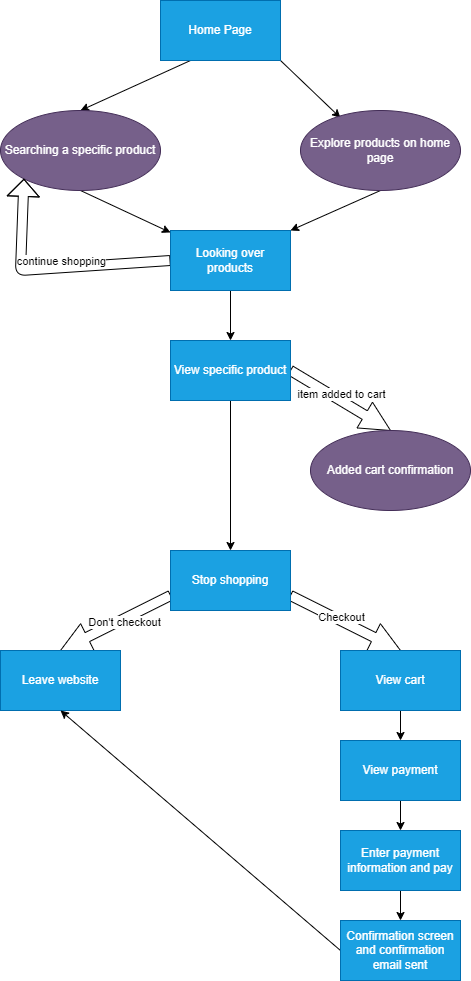
Above: explore/diagramming/diagram.drawio.png in jtanurdjaja/sp23-cse110-lab4 (draw.io), before the change. Source tidied: cells renumbered, new cells last; positions are measured from the earlier drawing's top-left corner, leaving out a move shared by most shapes.
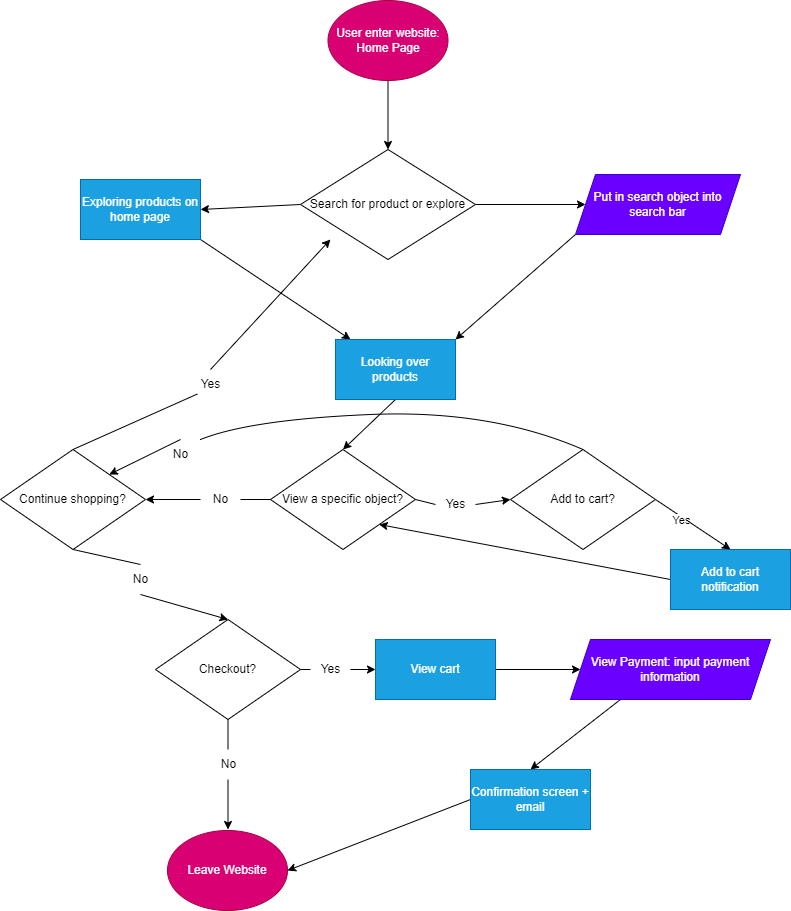
After the commit.

Commit message:
Improved diagram

Change to the diagram source:
```diff
@@ -2,101 +2,155 @@
   <root>
     <mxCell id="0" />
     <mxCell id="1" parent="0" />
-    <mxCell id="2" style="edgeStyle=none;html=1;exitX=0.25;exitY=1;exitDx=0;exitDy=0;entryX=0.5;entryY=0;entryDx=0;entryDy=0;" parent="1" edge="1" source="4" target="6">
-      <mxGeometry relative="1" as="geometry" />
-    </mxCell>
-    <mxCell id="3" style="edgeStyle=none;html=1;exitX=1;exitY=1;exitDx=0;exitDy=0;entryX=0.25;entryY=0.092;entryDx=0;entryDy=0;entryPerimeter=0;" parent="1" edge="1" source="4" target="31">
-      <mxGeometry relative="1" as="geometry" />
-    </mxCell>
-    <mxCell id="4" value="Home Page" style="whiteSpace=wrap;html=1;fillColor=#1ba1e2;fontColor=#ffffff;strokeColor=#006EAF;" parent="1" vertex="1">
-      <mxGeometry x="160" width="120" height="60" as="geometry" />
-    </mxCell>
+    <mxCell id="32" style="edgeStyle=none;html=1;exitX=0.5;exitY=1;exitDx=0;exitDy=0;entryX=0.5;entryY=0;entryDx=0;entryDy=0;" parent="1" edge="1" source="73" target="35">
+      <mxGeometry relative="1" as="geometry" />
+    </mxCell>
-    <mxCell id="5" style="edgeStyle=none;html=1;exitX=0.5;exitY=1;exitDx=0;exitDy=0;" parent="1" edge="1" source="6" target="10">
+    <mxCell id="5" style="edgeStyle=none;html=1;exitX=1;exitY=1;exitDx=0;exitDy=0;" parent="1" edge="1" source="37" target="10">
       <mxGeometry relative="1" as="geometry" />
     </mxCell>
-    <mxCell id="6" value="Searching a specific product" style="ellipse;whiteSpace=wrap;html=1;fillColor=#76608a;fontColor=#ffffff;strokeColor=#432D57;" parent="1" vertex="1">
-      <mxGeometry y="110" width="160" height="80" as="geometry" />
-    </mxCell>
-    <mxCell id="7" style="edgeStyle=none;html=1;exitX=0.5;exitY=1;exitDx=0;exitDy=0;entryX=0.5;entryY=0;entryDx=0;entryDy=0;" parent="1" edge="1" source="10" target="14">
+    <mxCell id="7" style="edgeStyle=none;html=1;exitX=0.5;exitY=1;exitDx=0;exitDy=0;entryX=0.5;entryY=0;entryDx=0;entryDy=0;" parent="1" edge="1" source="10" target="40">
       <mxGeometry relative="1" as="geometry" />
     </mxCell>
-    <mxCell id="8" style="edgeStyle=none;shape=flexArrow;html=1;exitX=0;exitY=0.5;exitDx=0;exitDy=0;entryX=0;entryY=1;entryDx=0;entryDy=0;endWidth=21;endSize=5.37;" parent="1" edge="1" source="10" target="6">
-      <mxGeometry relative="1" as="geometry">
-        <Array as="points">
-          <mxPoint x="20" y="270" />
-        </Array>
-      </mxGeometry>
-    </mxCell>
-    <mxCell id="9" value="continue shopping" style="edgeLabel;html=1;align=center;verticalAlign=middle;" parent="8" vertex="1">
-      <mxGeometry x="0.05" y="1" relative="1" as="geometry">
-        <mxPoint x="17" y="-9" as="offset" />
-      </mxGeometry>
-    </mxCell>
     <mxCell id="10" value="Looking over products" style="whiteSpace=wrap;html=1;fillColor=#1ba1e2;fontColor=#ffffff;strokeColor=#006EAF;" parent="1" vertex="1">
-      <mxGeometry x="170" y="230" width="120" height="60" as="geometry" />
+      <mxGeometry x="308" y="399" width="120" height="60" as="geometry" />
     </mxCell>
-    <mxCell id="11" style="edgeStyle=none;shape=arrow;html=1;exitX=1;exitY=0.5;exitDx=0;exitDy=0;entryX=0.5;entryY=0;entryDx=0;entryDy=0;" parent="1" edge="1" source="14" target="15">
-      <mxGeometry relative="1" as="geometry" />
-    </mxCell>
-    <mxCell id="12" value="item added to cart" style="edgeLabel;html=1;align=center;verticalAlign=middle;" parent="11" vertex="1">
-      <mxGeometry x="-0.06" y="6" relative="1" as="geometry" />
-    </mxCell>
-    <mxCell id="13" style="edgeStyle=none;html=1;exitX=0.5;exitY=1;exitDx=0;exitDy=0;entryX=0.5;entryY=0;entryDx=0;entryDy=0;" parent="1" edge="1" source="14" target="20">
-      <mxGeometry relative="1" as="geometry" />
-    </mxCell>
-    <mxCell id="14" value="View specific product" style="whiteSpace=wrap;html=1;fillColor=#1ba1e2;fontColor=#ffffff;strokeColor=#006EAF;" parent="1" vertex="1">
-      <mxGeometry x="170" y="340" width="120" height="60" as="geometry" />
-    </mxCell>
-    <mxCell id="15" value="Added cart confirmation" style="ellipse;whiteSpace=wrap;html=1;fillColor=#76608a;fontColor=#ffffff;strokeColor=#432D57;" parent="1" vertex="1">
-      <mxGeometry x="310" y="430" width="160" height="80" as="geometry" />
-    </mxCell>
-    <mxCell id="16" style="edgeStyle=none;html=1;exitX=0;exitY=0.75;exitDx=0;exitDy=0;entryX=0.5;entryY=0;entryDx=0;entryDy=0;shape=arrow;" parent="1" edge="1" source="20" target="21">
-      <mxGeometry relative="1" as="geometry" />
-    </mxCell>
-    <mxCell id="17" value="Don't checkout" style="edgeLabel;html=1;align=center;verticalAlign=middle;" parent="16" vertex="1">
-      <mxGeometry x="-0.12" y="3" relative="1" as="geometry" />
-    </mxCell>
-    <mxCell id="18" style="edgeStyle=none;shape=arrow;html=1;exitX=1;exitY=0.75;exitDx=0;exitDy=0;entryX=0.5;entryY=0;entryDx=0;entryDy=0;" parent="1" edge="1" source="20" target="23">
-      <mxGeometry relative="1" as="geometry" />
-    </mxCell>
-    <mxCell id="19" value="Checkout" style="edgeLabel;html=1;align=center;verticalAlign=middle;" parent="18" vertex="1">
-      <mxGeometry x="-0.1" y="3" relative="1" as="geometry" />
-    </mxCell>
-    <mxCell id="20" value="Stop shopping" style="whiteSpace=wrap;html=1;fillColor=#1ba1e2;fontColor=#ffffff;strokeColor=#006EAF;" parent="1" vertex="1">
-      <mxGeometry x="170" y="550" width="120" height="60" as="geometry" />
-    </mxCell>
-    <mxCell id="21" value="Leave website" style="whiteSpace=wrap;html=1;fillColor=#1ba1e2;fontColor=#ffffff;strokeColor=#006EAF;" parent="1" vertex="1">
-      <mxGeometry y="650" width="120" height="60" as="geometry" />
-    </mxCell>
-    <mxCell id="22" style="edgeStyle=none;html=1;exitX=0.5;exitY=1;exitDx=0;exitDy=0;entryX=0.5;entryY=0;entryDx=0;entryDy=0;" parent="1" edge="1" source="23" target="25">
-      <mxGeometry relative="1" as="geometry" />
-    </mxCell>
+    <mxCell id="30" style="edgeStyle=none;html=1;exitX=0;exitY=1;exitDx=0;exitDy=0;entryX=1;entryY=0;entryDx=0;entryDy=0;" parent="1" edge="1" source="36" target="10">
+      <mxGeometry relative="1" as="geometry" />
+    </mxCell>
+    <mxCell id="33" style="edgeStyle=none;html=1;exitX=1;exitY=0.5;exitDx=0;exitDy=0;entryX=0;entryY=0.5;entryDx=0;entryDy=0;" parent="1" edge="1" source="35" target="36">
+      <mxGeometry relative="1" as="geometry" />
+    </mxCell>
+    <mxCell id="34" style="edgeStyle=none;html=1;exitX=0;exitY=0.5;exitDx=0;exitDy=0;entryX=1;entryY=0.5;entryDx=0;entryDy=0;" parent="1" edge="1" source="35" target="37">
+      <mxGeometry relative="1" as="geometry" />
+    </mxCell>
+    <mxCell id="35" value="Search for product or explore" style="rhombus;whiteSpace=wrap;html=1;" parent="1" vertex="1">
+      <mxGeometry x="273" y="209" width="175" height="110" as="geometry" />
+    </mxCell>
+    <mxCell id="36" value="Put in search object into search bar" style="shape=parallelogram;perimeter=parallelogramPerimeter;whiteSpace=wrap;html=1;fixedSize=1;fillColor=#6a00ff;fontColor=#ffffff;strokeColor=#3700CC;" parent="1" vertex="1">
+      <mxGeometry x="548" y="234" width="165" height="60" as="geometry" />
+    </mxCell>
+    <mxCell id="37" value="Exploring products on home page" style="whiteSpace=wrap;html=1;fillColor=#1ba1e2;fontColor=#ffffff;strokeColor=#006EAF;" parent="1" vertex="1">
+      <mxGeometry x="53" y="239" width="120" height="60" as="geometry" />
+    </mxCell>
+    <mxCell id="38" style="edgeStyle=none;html=1;exitX=0;exitY=0.5;exitDx=0;exitDy=0;entryX=1;entryY=0.5;entryDx=0;entryDy=0;startArrow=none;" parent="1" edge="1" source="49" target="45">
+      <mxGeometry relative="1" as="geometry" />
+    </mxCell>
+    <mxCell id="39" style="edgeStyle=none;html=1;exitX=1;exitY=0.5;exitDx=0;exitDy=0;entryX=0;entryY=0.5;entryDx=0;entryDy=0;startArrow=none;" parent="1" edge="1" source="54" target="52">
+      <mxGeometry relative="1" as="geometry" />
+    </mxCell>
+    <mxCell id="40" value="View a specific object?" style="rhombus;whiteSpace=wrap;html=1;" parent="1" vertex="1">
+      <mxGeometry x="243" y="509" width="145" height="100" as="geometry" />
+    </mxCell>
+    <mxCell id="41" style="edgeStyle=none;html=1;exitX=0;exitY=0.5;exitDx=0;exitDy=0;entryX=1;entryY=1;entryDx=0;entryDy=0;" parent="1" edge="1" source="42" target="40">
+      <mxGeometry relative="1" as="geometry" />
+    </mxCell>
+    <mxCell id="42" value="Add to cart notification" style="whiteSpace=wrap;html=1;fillColor=#1ba1e2;fontColor=#ffffff;strokeColor=#006EAF;" parent="1" vertex="1">
+      <mxGeometry x="643" y="609" width="120" height="60" as="geometry" />
+    </mxCell>
+    <mxCell id="43" style="edgeStyle=none;html=1;exitX=0.5;exitY=0;exitDx=0;exitDy=0;entryX=0.171;entryY=0.818;entryDx=0;entryDy=0;entryPerimeter=0;startArrow=none;" parent="1" edge="1" source="47" target="35">
+      <mxGeometry relative="1" as="geometry" />
+    </mxCell>
+    <mxCell id="44" style="edgeStyle=none;html=1;exitX=0.5;exitY=1;exitDx=0;exitDy=0;entryX=0.5;entryY=0;entryDx=0;entryDy=0;startArrow=none;" parent="1" edge="1" source="62" target="60">
+      <mxGeometry relative="1" as="geometry" />
+    </mxCell>
+    <mxCell id="45" value="Continue shopping?" style="rhombus;whiteSpace=wrap;html=1;" parent="1" vertex="1">
+      <mxGeometry x="-27" y="509" width="145" height="100" as="geometry" />
+    </mxCell>
+    <mxCell id="46" style="edgeStyle=none;html=1;exitX=0.5;exitY=0;exitDx=0;exitDy=0;entryX=0.171;entryY=0.818;entryDx=0;entryDy=0;entryPerimeter=0;endArrow=none;" parent="1" edge="1" source="45" target="47">
+      <mxGeometry relative="1" as="geometry" />
+    </mxCell>
+    <mxCell id="47" value="Yes" style="text;html=1;align=center;verticalAlign=middle;points=[];strokeColor=none;fillColor=none;" parent="1" vertex="1">
+      <mxGeometry x="163" y="429" width="40" height="30" as="geometry" />
+    </mxCell>
+    <mxCell id="48" style="edgeStyle=none;html=1;exitX=0;exitY=0.5;exitDx=0;exitDy=0;entryX=1;entryY=0.5;entryDx=0;entryDy=0;endArrow=none;" parent="1" edge="1" source="40" target="49">
+      <mxGeometry relative="1" as="geometry" />
+    </mxCell>
+    <mxCell id="49" value="No" style="text;html=1;align=center;verticalAlign=middle;points=[];strokeColor=none;fillColor=none;" parent="1" vertex="1">
+      <mxGeometry x="173" y="544" width="40" height="30" as="geometry" />
+    </mxCell>
+    <mxCell id="50" style="edgeStyle=none;html=1;exitX=1;exitY=0.5;exitDx=0;exitDy=0;entryX=0.5;entryY=0;entryDx=0;entryDy=0;" parent="1" edge="1" source="52" target="42">
+      <mxGeometry relative="1" as="geometry" />
+    </mxCell>
+    <mxCell id="51" value="Yes" style="edgeLabel;html=1;align=center;verticalAlign=middle;" parent="50" vertex="1">
+      <mxGeometry x="0.28" y="18" relative="1" as="geometry">
+        <mxPoint x="-33" y="3" as="offset" />
+      </mxGeometry>
+    </mxCell>
+    <mxCell id="52" value="Add to cart?" style="rhombus;whiteSpace=wrap;html=1;" parent="1" vertex="1">
+      <mxGeometry x="483" y="509" width="145" height="100" as="geometry" />
+    </mxCell>
+    <mxCell id="53" style="edgeStyle=none;html=1;exitX=1;exitY=0.5;exitDx=0;exitDy=0;entryX=0;entryY=0.5;entryDx=0;entryDy=0;endArrow=none;" parent="1" edge="1" source="40" target="54">
+      <mxGeometry relative="1" as="geometry" />
+    </mxCell>
+    <mxCell id="54" value="Yes" style="text;html=1;align=center;verticalAlign=middle;points=[];strokeColor=none;fillColor=none;" parent="1" vertex="1">
+      <mxGeometry x="408" y="549" width="40" height="30" as="geometry" />
+    </mxCell>
+    <mxCell id="55" style="curved=1;endArrow=classic;html=1;exitX=0.5;exitY=0;exitDx=0;exitDy=0;entryX=1;entryY=0;entryDx=0;entryDy=0;startArrow=none;" parent="1" edge="1" source="57" target="45">
+      <mxGeometry relative="1" as="geometry" />
+    </mxCell>
+    <mxCell id="56" style="curved=1;endArrow=none;html=1;exitX=0.5;exitY=0;exitDx=0;exitDy=0;entryX=1;entryY=0;entryDx=0;entryDy=0;" parent="1" edge="1" source="52" target="57">
+      <mxGeometry relative="1" as="geometry">
+        <Array as="points">
+          <mxPoint x="463" y="469" />
+          <mxPoint x="223" y="479" />
+        </Array>
+      </mxGeometry>
+    </mxCell>
+    <mxCell id="57" value="No" style="text;html=1;align=center;verticalAlign=middle;points=[];strokeColor=none;fillColor=none;" parent="1" vertex="1">
+      <mxGeometry x="133" y="499" width="40" height="30" as="geometry" />
+    </mxCell>
+    <mxCell id="58" style="edgeStyle=none;html=1;exitX=0.5;exitY=1;exitDx=0;exitDy=0;entryX=0.5;entryY=0;entryDx=0;entryDy=0;startArrow=none;" parent="1" edge="1" source="64">
+      <mxGeometry relative="1" as="geometry">
+        <mxPoint x="200.5" y="889" as="targetPoint" />
+      </mxGeometry>
+    </mxCell>
+    <mxCell id="59" style="edgeStyle=none;html=1;exitX=1;exitY=0.5;exitDx=0;exitDy=0;entryX=0;entryY=0.5;entryDx=0;entryDy=0;startArrow=none;" parent="1" edge="1" source="67" target="23">
+      <mxGeometry relative="1" as="geometry" />
+    </mxCell>
+    <mxCell id="60" value="Checkout?" style="rhombus;whiteSpace=wrap;html=1;" parent="1" vertex="1">
+      <mxGeometry x="128" y="679" width="145" height="100" as="geometry" />
+    </mxCell>
+    <mxCell id="61" style="edgeStyle=none;html=1;exitX=0.5;exitY=1;exitDx=0;exitDy=0;entryX=0.5;entryY=0;entryDx=0;entryDy=0;endArrow=none;" parent="1" edge="1" source="45" target="62">
+      <mxGeometry relative="1" as="geometry" />
+    </mxCell>
+    <mxCell id="62" value="No" style="text;html=1;align=center;verticalAlign=middle;points=[];strokeColor=none;fillColor=none;" parent="1" vertex="1">
+      <mxGeometry x="93" y="624" width="40" height="30" as="geometry" />
+    </mxCell>
+    <mxCell id="63" style="edgeStyle=none;html=1;exitX=0.5;exitY=1;exitDx=0;exitDy=0;entryX=0.5;entryY=0;entryDx=0;entryDy=0;endArrow=none;" parent="1" edge="1" source="60" target="64">
+      <mxGeometry relative="1" as="geometry" />
+    </mxCell>
+    <mxCell id="64" value="No" style="text;html=1;align=center;verticalAlign=middle;points=[];strokeColor=none;fillColor=none;" parent="1" vertex="1">
+      <mxGeometry x="180.5" y="809" width="40" height="30" as="geometry" />
+    </mxCell>
+    <mxCell id="65" style="edgeStyle=none;html=1;exitX=1;exitY=0.5;exitDx=0;exitDy=0;entryX=0;entryY=0.5;entryDx=0;entryDy=0;" parent="1" edge="1" source="23" target="69">
+      <mxGeometry relative="1" as="geometry" />
+    </mxCell>
     <mxCell id="23" value="View cart" style="whiteSpace=wrap;html=1;fillColor=#1ba1e2;fontColor=#ffffff;strokeColor=#006EAF;" parent="1" vertex="1">
-      <mxGeometry x="340" y="650" width="120" height="60" as="geometry" />
+      <mxGeometry x="348" y="699" width="120" height="60" as="geometry" />
     </mxCell>
-    <mxCell id="24" style="edgeStyle=none;html=1;exitX=0.5;exitY=1;exitDx=0;exitDy=0;entryX=0.5;entryY=0;entryDx=0;entryDy=0;" parent="1" edge="1" source="25" target="27">
-      <mxGeometry relative="1" as="geometry" />
-    </mxCell>
-    <mxCell id="25" value="View payment" style="whiteSpace=wrap;html=1;fillColor=#1ba1e2;fontColor=#ffffff;strokeColor=#006EAF;" parent="1" vertex="1">
-      <mxGeometry x="340" y="740" width="120" height="60" as="geometry" />
-    </mxCell>
-    <mxCell id="26" style="edgeStyle=none;html=1;exitX=0.5;exitY=1;exitDx=0;exitDy=0;entryX=0.5;entryY=0;entryDx=0;entryDy=0;" parent="1" edge="1" source="27" target="29">
-      <mxGeometry relative="1" as="geometry" />
-    </mxCell>
-    <mxCell id="27" value="Enter payment information and pay" style="whiteSpace=wrap;html=1;fillColor=#1ba1e2;fontColor=#ffffff;strokeColor=#006EAF;" parent="1" vertex="1">
-      <mxGeometry x="340" y="830" width="120" height="60" as="geometry" />
-    </mxCell>
-    <mxCell id="28" style="edgeStyle=none;html=1;exitX=0;exitY=0.5;exitDx=0;exitDy=0;entryX=0.5;entryY=1;entryDx=0;entryDy=0;" parent="1" edge="1" source="29" target="21">
-      <mxGeometry relative="1" as="geometry" />
-    </mxCell>
-    <mxCell id="29" value="Confirmation screen and confirmation email sent" style="whiteSpace=wrap;html=1;fillColor=#1ba1e2;fontColor=#ffffff;strokeColor=#006EAF;" parent="1" vertex="1">
-      <mxGeometry x="340" y="920" width="120" height="60" as="geometry" />
-    </mxCell>
-    <mxCell id="30" style="edgeStyle=none;html=1;exitX=0.5;exitY=1;exitDx=0;exitDy=0;entryX=1;entryY=0;entryDx=0;entryDy=0;" parent="1" edge="1" source="31" target="10">
-      <mxGeometry relative="1" as="geometry" />
-    </mxCell>
-    <mxCell id="31" value="Explore products on home page" style="ellipse;whiteSpace=wrap;html=1;fillColor=#76608a;fontColor=#ffffff;strokeColor=#432D57;" parent="1" vertex="1">
-      <mxGeometry x="300" y="110" width="160" height="80" as="geometry" />
-    </mxCell>
+    <mxCell id="66" style="edgeStyle=none;html=1;exitX=1;exitY=0.5;exitDx=0;exitDy=0;entryX=0;entryY=0.5;entryDx=0;entryDy=0;endArrow=none;" parent="1" edge="1" source="60" target="67">
+      <mxGeometry relative="1" as="geometry" />
+    </mxCell>
+    <mxCell id="67" value="Yes" style="text;html=1;align=center;verticalAlign=middle;points=[];strokeColor=none;fillColor=none;" parent="1" vertex="1">
+      <mxGeometry x="283" y="714" width="40" height="30" as="geometry" />
+    </mxCell>
+    <mxCell id="68" style="edgeStyle=none;html=1;exitX=0.25;exitY=1;exitDx=0;exitDy=0;entryX=0.5;entryY=0;entryDx=0;entryDy=0;" parent="1" edge="1" source="69" target="71">
+      <mxGeometry relative="1" as="geometry" />
+    </mxCell>
+    <mxCell id="69" value="View Payment: input payment information" style="shape=parallelogram;perimeter=parallelogramPerimeter;whiteSpace=wrap;html=1;fixedSize=1;fillColor=#6a00ff;fontColor=#ffffff;strokeColor=#3700CC;" parent="1" vertex="1">
+      <mxGeometry x="543" y="699" width="200" height="60" as="geometry" />
+    </mxCell>
+    <mxCell id="70" style="edgeStyle=none;html=1;exitX=0;exitY=0.5;exitDx=0;exitDy=0;entryX=1;entryY=0.5;entryDx=0;entryDy=0;" parent="1" edge="1" source="71" target="72">
+      <mxGeometry relative="1" as="geometry" />
+    </mxCell>
+    <mxCell id="71" value="Confirmation screen + email" style="whiteSpace=wrap;html=1;fillColor=#1ba1e2;fontColor=#ffffff;strokeColor=#006EAF;" parent="1" vertex="1">
+      <mxGeometry x="443" y="829" width="120" height="60" as="geometry" />
+    </mxCell>
+    <mxCell id="72" value="Leave Website" style="ellipse;whiteSpace=wrap;html=1;fillColor=#d80073;fontColor=#ffffff;strokeColor=#A50040;" parent="1" vertex="1">
+      <mxGeometry x="140" y="890" width="120" height="80" as="geometry" />
+    </mxCell>
+    <mxCell id="73" value="User enter website: Home Page" style="ellipse;whiteSpace=wrap;html=1;fillColor=#d80073;fontColor=#ffffff;strokeColor=#A50040;" parent="1" vertex="1">
+      <mxGeometry x="300.5" y="60" width="120" height="80" as="geometry" />
+    </mxCell>
   </root>
 </mxGraphModel>
```
